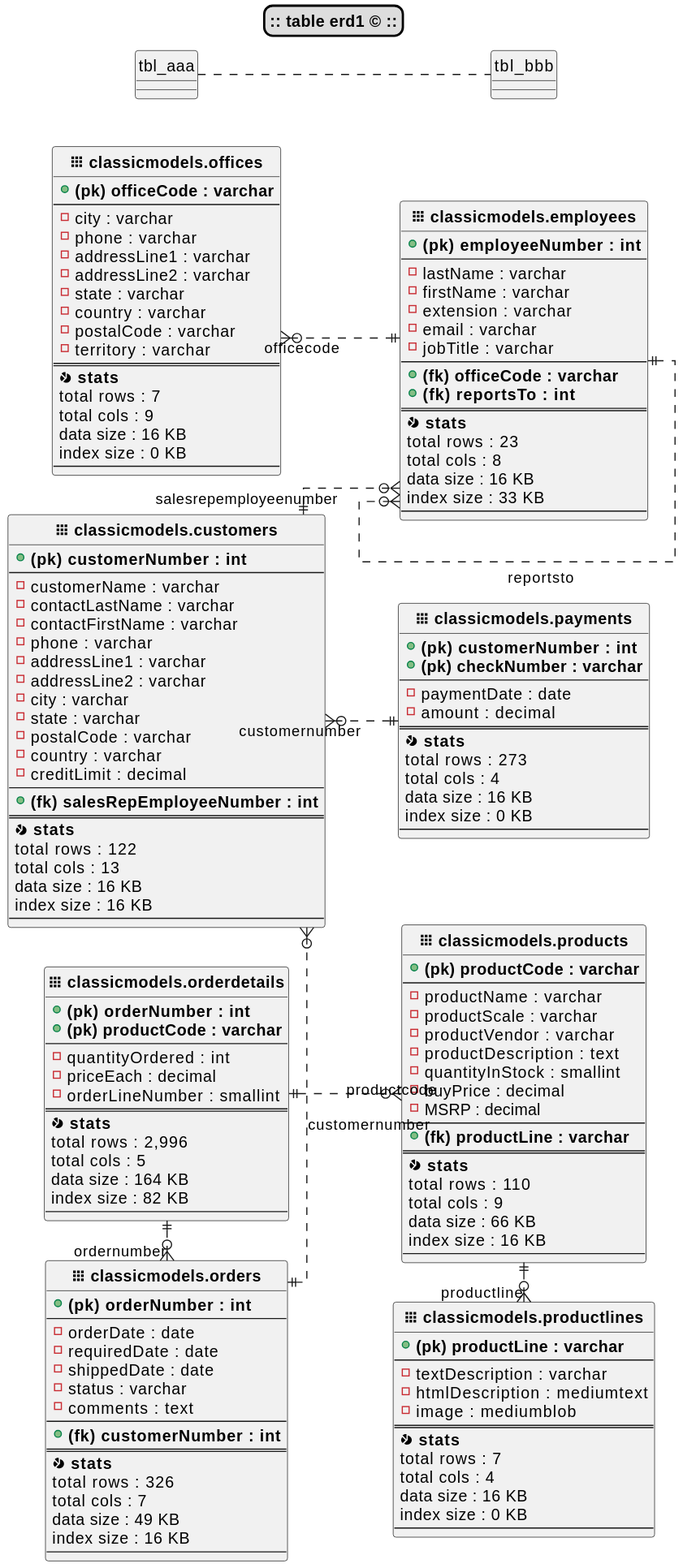
The PlantUML diagram reporter/sample/mysql/classicmodels/erd_viz/erd1_erd_loose.svg in truerico/db-analyzer, before a commit. Source of this version:
```plantuml
@startuml
skinparam titleBorderRoundCorner 15
skinparam titleBorderThickness 2
skinparam titleBorderColor black
skinparam titleBackgroundColor #DDDDDD
title **:: table erd1 © ::**
!theme _none_
skinparam shadowing False
left to right direction
skinparam linetype ortho
skinparam packageStyle rectangle
hide circle



entity "<&grid-three-up>** classicmodels.customers**" as classicmodels.customers {
  + **(pk) customerNumber : int**
  --
  - customerName : varchar
  - contactLastName : varchar
  - contactFirstName : varchar
  - phone : varchar
  - addressLine1 : varchar
  - addressLine2 : varchar
  - city : varchar
  - state : varchar
  - postalCode : varchar
  - country : varchar
  - creditLimit : decimal
  --
  + **(fk) salesRepEmployeeNumber : int**
  ==
  <&pie-chart>** stats**
      total rows : 122
      total cols : 13
      data size : 16 KB
      index size : 16 KB
  --
}


entity "<&grid-three-up>** classicmodels.employees**" as classicmodels.employees {
  + **(pk) employeeNumber : int**
  --
  - lastName : varchar
  - firstName : varchar
  - extension : varchar
  - email : varchar
  - jobTitle : varchar
  --
  + **(fk) officeCode : varchar**
  + **(fk) reportsTo : int**
  ==
  <&pie-chart>** stats**
      total rows : 23
      total cols : 8
      data size : 16 KB
      index size : 33 KB
  --
}


entity "<&grid-three-up>** classicmodels.offices**" as classicmodels.offices {
  + **(pk) officeCode : varchar**
  --
  - city : varchar
  - phone : varchar
  - addressLine1 : varchar
  - addressLine2 : varchar
  - state : varchar
  - country : varchar
  - postalCode : varchar
  - territory : varchar
  ==
  <&pie-chart>** stats**
      total rows : 7
      total cols : 9
      data size : 16 KB
      index size : 0 KB
  --
}


entity "<&grid-three-up>** classicmodels.orderdetails**" as classicmodels.orderdetails {
  + **(pk) orderNumber : int**
  + **(pk) productCode : varchar**
  --
  - quantityOrdered : int
  - priceEach : decimal
  - orderLineNumber : smallint
  ==
  <&pie-chart>** stats**
      total rows : 2,996
      total cols : 5
      data size : 164 KB
      index size : 82 KB
  --
}


entity "<&grid-three-up>** classicmodels.orders**" as classicmodels.orders {
  + **(pk) orderNumber : int**
  --
  - orderDate : date
  - requiredDate : date
  - shippedDate : date
  - status : varchar
  - comments : text
  --
  + **(fk) customerNumber : int**
  ==
  <&pie-chart>** stats**
      total rows : 326
      total cols : 7
      data size : 49 KB
      index size : 16 KB
  --
}


entity "<&grid-three-up>** classicmodels.payments**" as classicmodels.payments {
  + **(pk) customerNumber : int**
  + **(pk) checkNumber : varchar**
  --
  - paymentDate : date
  - amount : decimal
  ==
  <&pie-chart>** stats**
      total rows : 273
      total cols : 4
      data size : 16 KB
      index size : 0 KB
  --
}


entity "<&grid-three-up>** classicmodels.productlines**" as classicmodels.productlines {
  + **(pk) productLine : varchar**
  --
  - textDescription : varchar
  - htmlDescription : mediumtext
  - image : mediumblob
  ==
  <&pie-chart>** stats**
      total rows : 7
      total cols : 4
      data size : 16 KB
      index size : 0 KB
  --
}


entity "<&grid-three-up>** classicmodels.products**" as classicmodels.products {
  + **(pk) productCode : varchar**
  --
  - productName : varchar
  - productScale : varchar
  - productVendor : varchar
  - productDescription : text
  - quantityInStock : smallint
  - buyPrice : decimal
  - MSRP : decimal
  --
  + **(fk) productLine : varchar**
  ==
  <&pie-chart>** stats**
      total rows : 110
      total cols : 9
      data size : 66 KB
      index size : 16 KB
  --
}

classicmodels.customers ||.d.o{ classicmodels.employees : salesrepemployeenumber
classicmodels.employees ||.l.o{ classicmodels.employees : reportsto
classicmodels.employees ||.u.o{ classicmodels.offices : officecode
classicmodels.orderdetails ||.r.o{ classicmodels.orders : ordernumber
classicmodels.orderdetails ||.d.o{ classicmodels.products : productcode
classicmodels.orders ||.l.o{ classicmodels.customers : customernumber
classicmodels.payments ||.u.o{ classicmodels.customers : customernumber
classicmodels.products ||.r.o{ classicmodels.productlines : productline

tbl_aaa .. tbl_bbb

@enduml
```
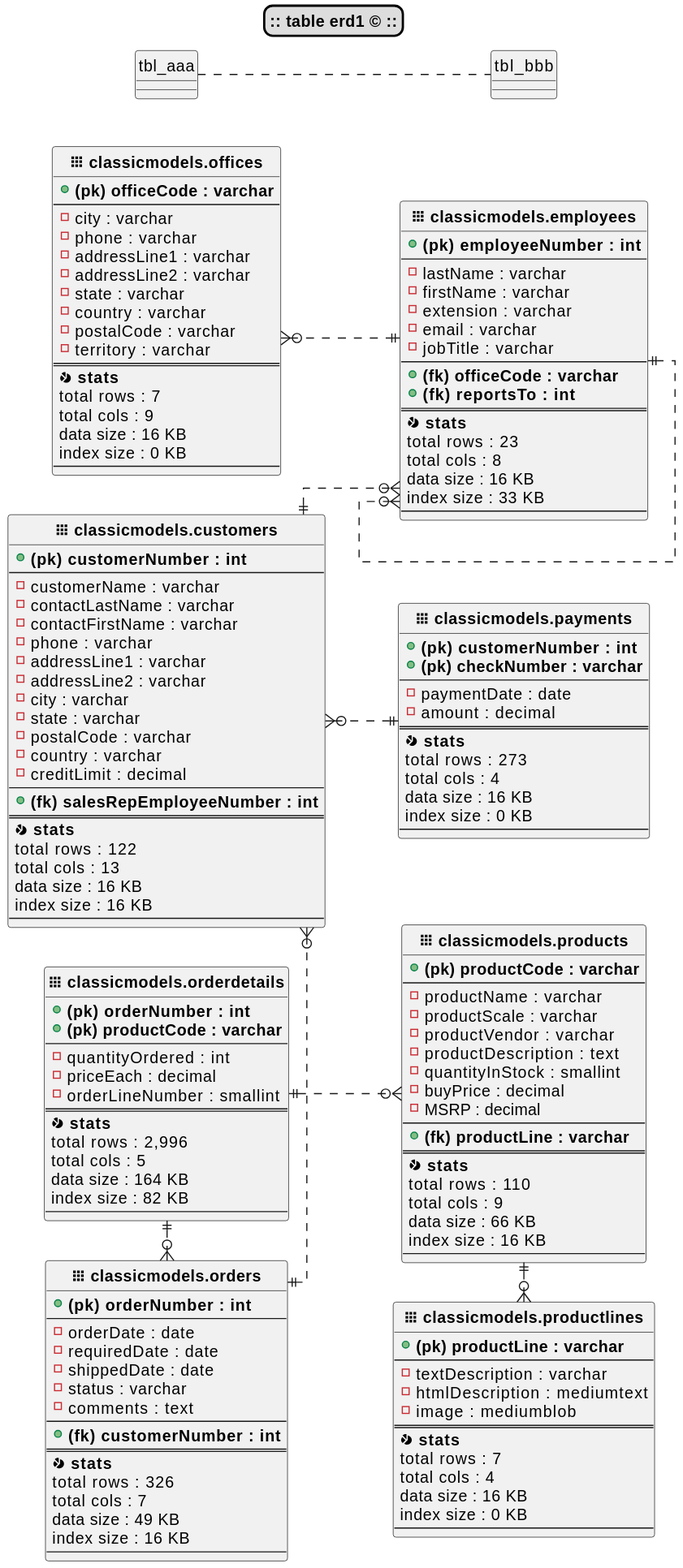
After the change.

Diff of the diagram source:
```diff
@@ -171,14 +171,14 @@
   --
 }
 
-classicmodels.customers ||.d.o{ classicmodels.employees : salesrepemployeenumber
-classicmodels.employees ||.l.o{ classicmodels.employees : reportsto
-classicmodels.employees ||.u.o{ classicmodels.offices : officecode
-classicmodels.orderdetails ||.r.o{ classicmodels.orders : ordernumber
-classicmodels.orderdetails ||.d.o{ classicmodels.products : productcode
-classicmodels.orders ||.l.o{ classicmodels.customers : customernumber
-classicmodels.payments ||.u.o{ classicmodels.customers : customernumber
-classicmodels.products ||.r.o{ classicmodels.productlines : productline
+classicmodels.customers ||.d.o{ classicmodels.employees
+classicmodels.employees ||.l.o{ classicmodels.employees
+classicmodels.employees ||.u.o{ classicmodels.offices
+classicmodels.orderdetails ||.r.o{ classicmodels.orders
+classicmodels.orderdetails ||.d.o{ classicmodels.products
+classicmodels.orders ||.l.o{ classicmodels.customers
+classicmodels.payments ||.u.o{ classicmodels.customers
+classicmodels.products ||.r.o{ classicmodels.productlines
 
 tbl_aaa .. tbl_bbb
 
```
